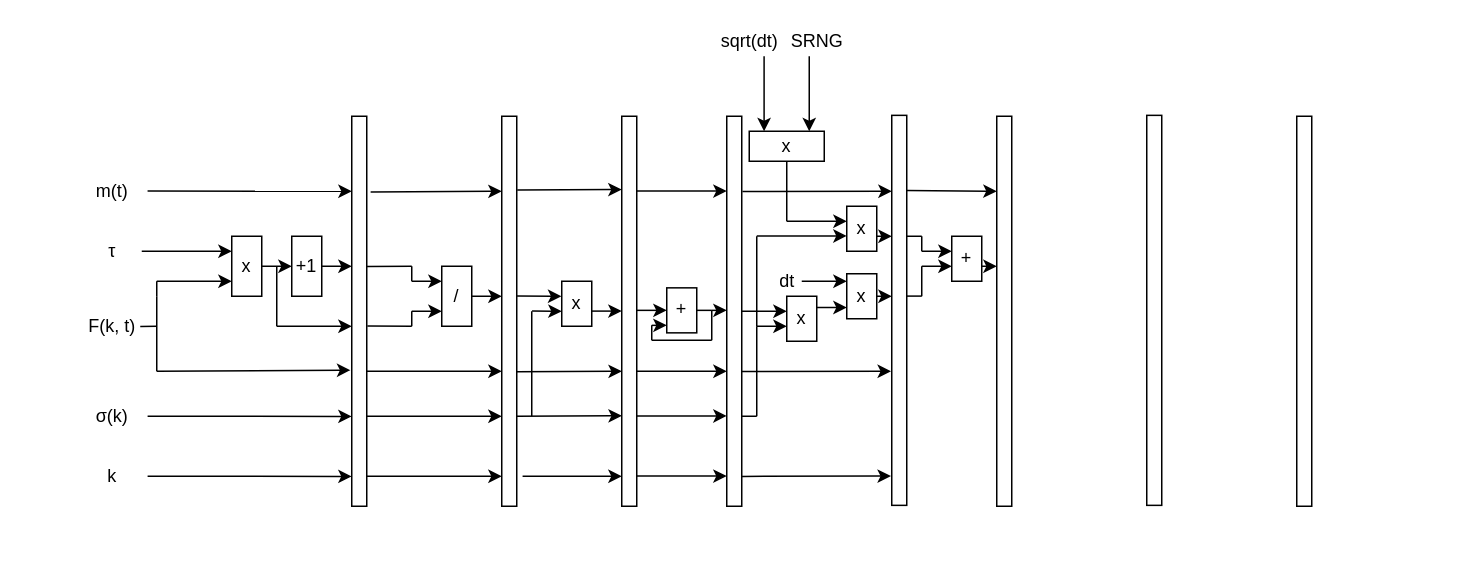
This is page "Page-6" (6 of 6) of Untitled Diagram.drawio from JeterHwang/DSD, a draw.io file, before an edit. Source tidied: cells renumbered, new cells numbered last; positions are measured from the earlier drawing's top-left corner, leaving out a move shared by most shapes. Both pictures are drawn from the tidied source at 150%, with x=0, y=0 at pixel (74, 26).
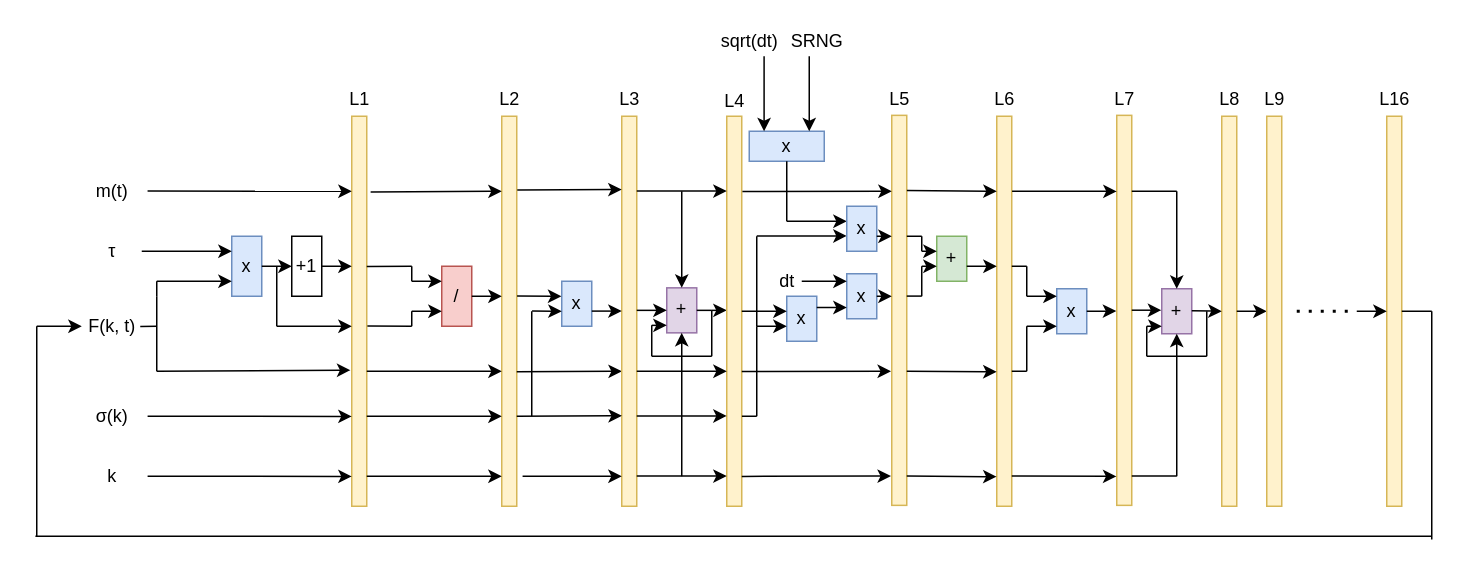
The same diagram, later.

Diff of the diagram source:
```diff
@@
-    <mxCell id="2" style="rounded=0;whiteSpace=wrap;html=1;" parent="1" vertex="1">
+    <mxCell id="2" style="rounded=0;whiteSpace=wrap;html=1;fillColor=#fff2cc;strokeColor=#d6b656;" parent="1" vertex="1">
       <mxGeometry x="185" y="60" width="10" height="260" as="geometry" />
     </mxCell>
@@
-    <mxCell id="7" value="x" style="rounded=0;whiteSpace=wrap;html=1;" parent="1" vertex="1">
+    <mxCell id="7" value="x" style="rounded=0;whiteSpace=wrap;html=1;fillColor=#dae8fc;strokeColor=#6c8ebf;" parent="1" vertex="1">
       <mxGeometry x="105" y="140" width="20" height="40" as="geometry" />
     </mxCell>
@@
-    <mxCell id="20" value="&lt;p class=&quot;MsoNormal&quot;&gt;/&lt;/p&gt;" style="rounded=0;whiteSpace=wrap;html=1;" parent="1" vertex="1">
+    <mxCell id="20" value="&lt;p class=&quot;MsoNormal&quot;&gt;/&lt;/p&gt;" style="rounded=0;whiteSpace=wrap;html=1;fillColor=#f8cecc;strokeColor=#b85450;" parent="1" vertex="1">
       <mxGeometry x="245" y="160" width="20" height="40" as="geometry" />
     </mxCell>
@@
-    <mxCell id="27" style="rounded=0;whiteSpace=wrap;html=1;" parent="1" vertex="1">
+    <mxCell id="27" style="rounded=0;whiteSpace=wrap;html=1;fillColor=#fff2cc;strokeColor=#d6b656;" parent="1" vertex="1">
       <mxGeometry x="285" y="60" width="10" height="260" as="geometry" />
     </mxCell>
@@
-    <mxCell id="37" style="rounded=0;whiteSpace=wrap;html=1;" parent="1" vertex="1">
+    <mxCell id="37" style="rounded=0;whiteSpace=wrap;html=1;fillColor=#fff2cc;strokeColor=#d6b656;" parent="1" vertex="1">
       <mxGeometry x="365" y="60" width="10" height="260" as="geometry" />
     </mxCell>
@@
-    <mxCell id="41" value="x" style="rounded=0;whiteSpace=wrap;html=1;" parent="1" vertex="1">
+    <mxCell id="41" value="x" style="rounded=0;whiteSpace=wrap;html=1;fillColor=#dae8fc;strokeColor=#6c8ebf;" parent="1" vertex="1">
       <mxGeometry x="325" y="170" width="20" height="30" as="geometry" />
     </mxCell>
@@
-    <mxCell id="43" value="+" style="rounded=0;whiteSpace=wrap;html=1;" parent="1" vertex="1">
+    <mxCell id="43" value="+" style="rounded=0;whiteSpace=wrap;html=1;fillColor=#e1d5e7;strokeColor=#9673a6;" parent="1" vertex="1">
       <mxGeometry x="395" y="174.4" width="20" height="30" as="geometry" />
     </mxCell>
@@
     <mxCell id="47" style="endArrow=none;html=1;" parent="1" edge="1">
       <mxGeometry relative="1" as="geometry">
-        <mxPoint x="425" y="209.4" as="sourcePoint" />
+        <mxPoint x="425" y="220" as="sourcePoint" />
         <mxPoint x="425" y="189.4" as="targetPoint" />
       </mxGeometry>
     </mxCell>
     <mxCell id="48" style="endArrow=none;html=1;" parent="1" edge="1">
       <mxGeometry relative="1" as="geometry">
-        <mxPoint x="385" y="209.4" as="sourcePoint" />
-        <mxPoint x="425" y="209.4" as="targetPoint" />
+        <mxPoint x="385" y="220" as="sourcePoint" />
+        <mxPoint x="425" y="220" as="targetPoint" />
       </mxGeometry>
     </mxCell>
     <mxCell id="49" style="endArrow=none;html=1;" parent="1" edge="1">
       <mxGeometry relative="1" as="geometry">
-        <mxPoint x="385" y="209.4" as="sourcePoint" />
+        <mxPoint x="385" y="220" as="sourcePoint" />
         <mxPoint x="385" y="199.4" as="targetPoint" />
       </mxGeometry>
     </mxCell>
@@
-    <mxCell id="52" style="rounded=0;whiteSpace=wrap;html=1;" parent="1" vertex="1">
+    <mxCell id="52" style="rounded=0;whiteSpace=wrap;html=1;fillColor=#fff2cc;strokeColor=#d6b656;" parent="1" vertex="1">
       <mxGeometry x="435" y="60" width="10" height="260" as="geometry" />
     </mxCell>
@@
-    <mxCell id="59" value="x" style="rounded=0;whiteSpace=wrap;html=1;" parent="1" vertex="1">
+    <mxCell id="59" value="x" style="rounded=0;whiteSpace=wrap;html=1;fillColor=#dae8fc;strokeColor=#6c8ebf;" parent="1" vertex="1">
       <mxGeometry x="475" y="180" width="20" height="30" as="geometry" />
     </mxCell>
-    <mxCell id="60" value="x" style="rounded=0;whiteSpace=wrap;html=1;" parent="1" vertex="1">
+    <mxCell id="60" value="x" style="rounded=0;whiteSpace=wrap;html=1;fillColor=#dae8fc;strokeColor=#6c8ebf;" parent="1" vertex="1">
       <mxGeometry x="450" y="70" width="50" height="20" as="geometry" />
     </mxCell>
@@
-    <mxCell id="73" value="x" style="rounded=0;whiteSpace=wrap;html=1;" parent="1" vertex="1">
+    <mxCell id="73" value="x" style="rounded=0;whiteSpace=wrap;html=1;fillColor=#dae8fc;strokeColor=#6c8ebf;" parent="1" vertex="1">
       <mxGeometry x="515" y="120" width="20" height="30" as="geometry" />
     </mxCell>
-    <mxCell id="74" value="x" style="rounded=0;whiteSpace=wrap;html=1;" parent="1" vertex="1">
+    <mxCell id="74" value="x" style="rounded=0;whiteSpace=wrap;html=1;fillColor=#dae8fc;strokeColor=#6c8ebf;" parent="1" vertex="1">
       <mxGeometry x="515" y="165" width="20" height="30" as="geometry" />
     </mxCell>
@@
-    <mxCell id="78" style="rounded=0;whiteSpace=wrap;html=1;" parent="1" vertex="1">
+    <mxCell id="78" style="rounded=0;whiteSpace=wrap;html=1;fillColor=#fff2cc;strokeColor=#d6b656;" parent="1" vertex="1">
       <mxGeometry x="545" y="59.4" width="10" height="260" as="geometry" />
     </mxCell>
@@
-    <mxCell id="84" value="+" style="rounded=0;whiteSpace=wrap;html=1;" parent="1" vertex="1">
-      <mxGeometry x="585" y="140" width="20" height="30" as="geometry" />
+    <mxCell id="84" value="+" style="rounded=0;whiteSpace=wrap;html=1;fillColor=#d5e8d4;strokeColor=#82b366;" parent="1" vertex="1">
+      <mxGeometry x="575" y="140" width="20" height="30" as="geometry" />
     </mxCell>
@@
     <mxCell id="89" style="endArrow=classic;html=1;" parent="1" edge="1">
       <mxGeometry relative="1" as="geometry">
         <mxPoint x="565" y="160" as="sourcePoint" />
-        <mxPoint x="585" y="160" as="targetPoint" />
+        <mxPoint x="575" y="160" as="targetPoint" />
       </mxGeometry>
     </mxCell>
     <mxCell id="90" style="endArrow=classic;html=1;" parent="1" edge="1">
       <mxGeometry relative="1" as="geometry">
         <mxPoint x="565" y="150" as="sourcePoint" />
-        <mxPoint x="585" y="150" as="targetPoint" />
+        <mxPoint x="575" y="150" as="targetPoint" />
       </mxGeometry>
     </mxCell>
-    <mxCell id="91" style="rounded=0;whiteSpace=wrap;html=1;" parent="1" vertex="1">
+    <mxCell id="91" style="rounded=0;whiteSpace=wrap;html=1;fillColor=#fff2cc;strokeColor=#d6b656;" parent="1" vertex="1">
       <mxGeometry x="615" y="60" width="10" height="260" as="geometry" />
     </mxCell>
-    <mxCell id="92" style="endArrow=classic;html=1;exitX=1;exitY=0.5;exitDx=0;exitDy=0;" parent="1" edge="1">
+    <mxCell id="92" style="endArrow=classic;html=1;" parent="1" edge="1">
       <mxGeometry relative="1" as="geometry">
-        <mxPoint x="605" y="160" as="sourcePoint" />
+        <mxPoint x="595" y="160" as="sourcePoint" />
         <mxPoint x="615" y="160" as="targetPoint" />
       </mxGeometry>
     </mxCell>
@@
-    <mxCell id="94" style="rounded=0;whiteSpace=wrap;html=1;" parent="1" vertex="1">
-      <mxGeometry x="815" y="60" width="10" height="260" as="geometry" />
+    <mxCell id="94" style="rounded=0;whiteSpace=wrap;html=1;fillColor=#fff2cc;strokeColor=#d6b656;" parent="1" vertex="1">
+      <mxGeometry x="765" y="60" width="10" height="260" as="geometry" />
     </mxCell>
-    <mxCell id="95" style="rounded=0;whiteSpace=wrap;html=1;" parent="1" vertex="1">
-      <mxGeometry x="715" y="59.4" width="10" height="260" as="geometry" />
+    <mxCell id="95" style="rounded=0;whiteSpace=wrap;html=1;fillColor=#fff2cc;strokeColor=#d6b656;" parent="1" vertex="1">
+      <mxGeometry x="695" y="59.4" width="10" height="260" as="geometry" />
     </mxCell>
+    <mxCell id="96" value="x" style="rounded=0;whiteSpace=wrap;html=1;fillColor=#dae8fc;strokeColor=#6c8ebf;" parent="1" vertex="1">
+      <mxGeometry x="655" y="175" width="20" height="30" as="geometry" />
+    </mxCell>
+    <mxCell id="97" style="endArrow=classic;html=1;entryX=0.5;entryY=0;entryDx=0;entryDy=0;" parent="1" edge="1" target="43">
+      <mxGeometry relative="1" as="geometry">
+        <mxPoint x="405" y="110" as="sourcePoint" />
+      </mxGeometry>
+    </mxCell>
+    <mxCell id="98" style="endArrow=classic;html=1;entryX=0.5;entryY=1;entryDx=0;entryDy=0;" parent="1" edge="1" target="43">
+      <mxGeometry relative="1" as="geometry">
+        <mxPoint x="405" y="300" as="sourcePoint" />
+      </mxGeometry>
+    </mxCell>
+    <mxCell id="99" style="endArrow=none;html=1;" parent="1" edge="1">
+      <mxGeometry relative="1" as="geometry">
+        <mxPoint x="625" y="160" as="sourcePoint" />
+        <mxPoint x="635" y="160" as="targetPoint" />
+      </mxGeometry>
+    </mxCell>
+    <mxCell id="100" style="endArrow=none;html=1;" parent="1" edge="1">
+      <mxGeometry relative="1" as="geometry">
+        <mxPoint x="635" y="180" as="sourcePoint" />
+        <mxPoint x="635" y="160" as="targetPoint" />
+      </mxGeometry>
+    </mxCell>
+    <mxCell id="101" style="endArrow=classic;html=1;" parent="1" edge="1">
+      <mxGeometry relative="1" as="geometry">
+        <mxPoint x="635" y="180" as="sourcePoint" />
+        <mxPoint x="655" y="180" as="targetPoint" />
+      </mxGeometry>
+    </mxCell>
+    <mxCell id="102" style="endArrow=classic;html=1;exitX=1.01;exitY=0.193;exitDx=0;exitDy=0;exitPerimeter=0;" parent="1" edge="1">
+      <mxGeometry relative="1" as="geometry">
+        <mxPoint x="555" y="230" as="sourcePoint" />
+        <mxPoint x="614.9" y="230.4" as="targetPoint" />
+      </mxGeometry>
+    </mxCell>
+    <mxCell id="103" style="endArrow=classic;html=1;exitX=1.01;exitY=0.193;exitDx=0;exitDy=0;exitPerimeter=0;" parent="1" edge="1">
+      <mxGeometry relative="1" as="geometry">
+        <mxPoint x="555" y="299.9" as="sourcePoint" />
+        <mxPoint x="614.9" y="300.3" as="targetPoint" />
+      </mxGeometry>
+    </mxCell>
+    <mxCell id="104" style="endArrow=none;html=1;" parent="1" edge="1">
+      <mxGeometry relative="1" as="geometry">
+        <mxPoint x="625" y="230" as="sourcePoint" />
+        <mxPoint x="635" y="230" as="targetPoint" />
+      </mxGeometry>
+    </mxCell>
+    <mxCell id="105" style="endArrow=none;html=1;" parent="1" edge="1">
+      <mxGeometry relative="1" as="geometry">
+        <mxPoint x="635" y="230" as="sourcePoint" />
+        <mxPoint x="635" y="200" as="targetPoint" />
+      </mxGeometry>
+    </mxCell>
+    <mxCell id="106" style="endArrow=classic;html=1;" parent="1" edge="1">
+      <mxGeometry relative="1" as="geometry">
+        <mxPoint x="635" y="200" as="sourcePoint" />
+        <mxPoint x="655" y="200" as="targetPoint" />
+      </mxGeometry>
+    </mxCell>
+    <mxCell id="107" style="endArrow=classic;html=1;entryX=-0.03;entryY=0.502;entryDx=0;entryDy=0;exitX=1;exitY=0.5;exitDx=0;exitDy=0;entryPerimeter=0;" parent="1" edge="1" source="96" target="95">
+      <mxGeometry relative="1" as="geometry" />
+    </mxCell>
+    <mxCell id="108" value="+" style="rounded=0;whiteSpace=wrap;html=1;fillColor=#e1d5e7;strokeColor=#9673a6;" parent="1" vertex="1">
+      <mxGeometry x="725" y="175" width="20" height="30" as="geometry" />
+    </mxCell>
+    <mxCell id="109" style="endArrow=classic;html=1;entryX=-0.03;entryY=0.502;entryDx=0;entryDy=0;exitX=1;exitY=0.5;exitDx=0;exitDy=0;entryPerimeter=0;" parent="1" edge="1">
+      <mxGeometry relative="1" as="geometry">
+        <mxPoint x="705" y="189.3" as="sourcePoint" />
+        <mxPoint x="724.7" y="189.3" as="targetPoint" />
+      </mxGeometry>
+    </mxCell>
+    <mxCell id="110" style="endArrow=classic;html=1;exitX=1;exitY=0.5;exitDx=0;exitDy=0;entryX=0;entryY=0.5;entryDx=0;entryDy=0;" parent="1" edge="1" target="94">
+      <mxGeometry relative="1" as="geometry">
+        <mxPoint x="745" y="189.7" as="sourcePoint" />
+      </mxGeometry>
+    </mxCell>
+    <mxCell id="111" style="endArrow=none;html=1;" parent="1" edge="1">
+      <mxGeometry relative="1" as="geometry">
+        <mxPoint x="755" y="220" as="sourcePoint" />
+        <mxPoint x="755" y="190" as="targetPoint" />
+      </mxGeometry>
+    </mxCell>
+    <mxCell id="112" style="endArrow=none;html=1;" parent="1" edge="1">
+      <mxGeometry relative="1" as="geometry">
+        <mxPoint x="715" y="220" as="sourcePoint" />
+        <mxPoint x="755" y="220" as="targetPoint" />
+      </mxGeometry>
+    </mxCell>
+    <mxCell id="113" style="endArrow=none;html=1;" parent="1" edge="1">
+      <mxGeometry relative="1" as="geometry">
+        <mxPoint x="715" y="220" as="sourcePoint" />
+        <mxPoint x="715" y="200" as="targetPoint" />
+      </mxGeometry>
+    </mxCell>
+    <mxCell id="114" style="endArrow=classic;html=1;" parent="1" edge="1">
+      <mxGeometry relative="1" as="geometry">
+        <mxPoint x="715" y="200" as="sourcePoint" />
+        <mxPoint x="725" y="200" as="targetPoint" />
+      </mxGeometry>
+    </mxCell>
+    <mxCell id="115" style="endArrow=classic;html=1;entryX=0;entryY=0.195;entryDx=0;entryDy=0;entryPerimeter=0;exitX=1.023;exitY=0.192;exitDx=0;exitDy=0;exitPerimeter=0;" parent="1" edge="1" source="91" target="95">
+      <mxGeometry relative="1" as="geometry" />
+    </mxCell>
+    <mxCell id="116" style="endArrow=classic;html=1;entryX=0;entryY=0.195;entryDx=0;entryDy=0;entryPerimeter=0;exitX=1.023;exitY=0.192;exitDx=0;exitDy=0;exitPerimeter=0;" parent="1" edge="1">
+      <mxGeometry relative="1" as="geometry">
+        <mxPoint x="625" y="299.9" as="sourcePoint" />
+        <mxPoint x="694.8" y="300.1" as="targetPoint" />
+      </mxGeometry>
+    </mxCell>
+    <mxCell id="117" style="endArrow=none;html=1;" parent="1" edge="1">
+      <mxGeometry relative="1" as="geometry">
+        <mxPoint x="705" y="110" as="sourcePoint" />
+        <mxPoint x="735" y="110" as="targetPoint" />
+      </mxGeometry>
+    </mxCell>
+    <mxCell id="118" style="endArrow=none;html=1;" parent="1" edge="1">
+      <mxGeometry relative="1" as="geometry">
+        <mxPoint x="705" y="299.9" as="sourcePoint" />
+        <mxPoint x="735" y="299.9" as="targetPoint" />
+      </mxGeometry>
+    </mxCell>
+    <mxCell id="119" style="endArrow=classic;html=1;entryX=0.5;entryY=1;entryDx=0;entryDy=0;" parent="1" edge="1" target="108">
+      <mxGeometry relative="1" as="geometry">
+        <mxPoint x="735" y="300" as="sourcePoint" />
+      </mxGeometry>
+    </mxCell>
+    <mxCell id="120" style="endArrow=classic;html=1;entryX=0.5;entryY=0;entryDx=0;entryDy=0;" parent="1" edge="1" target="108">
+      <mxGeometry relative="1" as="geometry">
+        <mxPoint x="735" y="110" as="sourcePoint" />
+      </mxGeometry>
+    </mxCell>
+    <mxCell id="121" style="endArrow=classic;html=1;" parent="1" edge="1">
+      <mxGeometry relative="1" as="geometry">
+        <mxPoint x="775" y="190" as="sourcePoint" />
+        <mxPoint x="795" y="190" as="targetPoint" />
+      </mxGeometry>
+    </mxCell>
+    <mxCell id="122" style="rounded=0;whiteSpace=wrap;html=1;fillColor=#fff2cc;strokeColor=#d6b656;" parent="1" vertex="1">
+      <mxGeometry x="795" y="60" width="10" height="260" as="geometry" />
+    </mxCell>
+    <mxCell id="123" style="endArrow=none;dashed=1;html=1;dashPattern=1 3;strokeWidth=2;" parent="1" edge="1">
+      <mxGeometry relative="1" as="geometry">
+        <mxPoint x="815" y="190" as="sourcePoint" />
+        <mxPoint x="855" y="190" as="targetPoint" />
+      </mxGeometry>
+    </mxCell>
+    <mxCell id="124" style="rounded=0;whiteSpace=wrap;html=1;fillColor=#fff2cc;strokeColor=#d6b656;" parent="1" vertex="1">
+      <mxGeometry x="875" y="60" width="10" height="260" as="geometry" />
+    </mxCell>
+    <mxCell id="125" style="endArrow=classic;html=1;" parent="1" edge="1">
+      <mxGeometry relative="1" as="geometry">
+        <mxPoint x="855" y="190" as="sourcePoint" />
+        <mxPoint x="875" y="190" as="targetPoint" />
+      </mxGeometry>
+    </mxCell>
+    <mxCell id="126" style="endArrow=none;html=1;exitX=1;exitY=0.5;exitDx=0;exitDy=0;" parent="1" edge="1" source="124">
+      <mxGeometry relative="1" as="geometry">
+        <mxPoint x="905" y="190" as="targetPoint" />
+      </mxGeometry>
+    </mxCell>
+    <mxCell id="127" style="endArrow=none;html=1;" parent="1" edge="1">
+      <mxGeometry relative="1" as="geometry">
+        <mxPoint x="905" y="342.2" as="sourcePoint" />
+        <mxPoint x="905" y="190" as="targetPoint" />
+      </mxGeometry>
+    </mxCell>
+    <mxCell id="128" style="endArrow=none;html=1;" parent="1" edge="1">
+      <mxGeometry relative="1" as="geometry">
+        <mxPoint x="-25.9" y="340" as="sourcePoint" />
+        <mxPoint x="905" y="340" as="targetPoint" />
+      </mxGeometry>
+    </mxCell>
+    <mxCell id="129" style="endArrow=none;html=1;" parent="1" edge="1">
+      <mxGeometry relative="1" as="geometry">
+        <mxPoint x="-25" y="340" as="sourcePoint" />
+        <mxPoint x="-25" y="200" as="targetPoint" />
+      </mxGeometry>
+    </mxCell>
+    <mxCell id="130" style="endArrow=classic;html=1;" parent="1" edge="1">
+      <mxGeometry relative="1" as="geometry">
+        <mxPoint x="-25" y="200" as="sourcePoint" />
+        <mxPoint x="5" y="200" as="targetPoint" />
+      </mxGeometry>
+    </mxCell>
+    <mxCell id="131" value="L1" style="text;html=1;align=center;verticalAlign=middle;fillColor=none;strokeColor=none;rounded=0;" parent="1" vertex="1">
+      <mxGeometry x="175" y="39.4" width="30" height="20" as="geometry" />
+    </mxCell>
+    <mxCell id="132" value="L2" style="text;html=1;align=center;verticalAlign=middle;fillColor=none;strokeColor=none;rounded=0;" parent="1" vertex="1">
+      <mxGeometry x="275" y="39.4" width="30" height="20" as="geometry" />
+    </mxCell>
+    <mxCell id="133" value="L3" style="text;html=1;align=center;verticalAlign=middle;fillColor=none;strokeColor=none;rounded=0;" parent="1" vertex="1">
+      <mxGeometry x="355" y="39.4" width="30" height="20" as="geometry" />
+    </mxCell>
+    <mxCell id="134" value="L4" style="text;html=1;align=center;verticalAlign=middle;fillColor=none;strokeColor=none;rounded=0;" parent="1" vertex="1">
+      <mxGeometry x="425" y="40" width="30" height="20" as="geometry" />
+    </mxCell>
+    <mxCell id="135" value="L5" style="text;html=1;align=center;verticalAlign=middle;fillColor=none;strokeColor=none;rounded=0;" parent="1" vertex="1">
+      <mxGeometry x="535" y="39.4" width="30" height="20" as="geometry" />
+    </mxCell>
+    <mxCell id="136" value="L6" style="text;html=1;align=center;verticalAlign=middle;fillColor=none;strokeColor=none;rounded=0;" parent="1" vertex="1">
+      <mxGeometry x="605" y="39.4" width="30" height="20" as="geometry" />
+    </mxCell>
+    <mxCell id="137" value="L7" style="text;html=1;align=center;verticalAlign=middle;fillColor=none;strokeColor=none;rounded=0;" parent="1" vertex="1">
+      <mxGeometry x="685" y="39.4" width="30" height="20" as="geometry" />
+    </mxCell>
+    <mxCell id="138" value="L8" style="text;html=1;align=center;verticalAlign=middle;fillColor=none;strokeColor=none;rounded=0;" parent="1" vertex="1">
+      <mxGeometry x="755" y="39.4" width="30" height="20" as="geometry" />
+    </mxCell>
+    <mxCell id="139" value="L9" style="text;html=1;align=center;verticalAlign=middle;fillColor=none;strokeColor=none;rounded=0;" parent="1" vertex="1">
+      <mxGeometry x="785" y="39.4" width="30" height="20" as="geometry" />
+    </mxCell>
+    <mxCell id="140" value="L16" style="text;html=1;align=center;verticalAlign=middle;fillColor=none;strokeColor=none;rounded=0;" parent="1" vertex="1">
+      <mxGeometry x="860" y="39.4" width="40" height="20" as="geometry" />
+    </mxCell>
```
